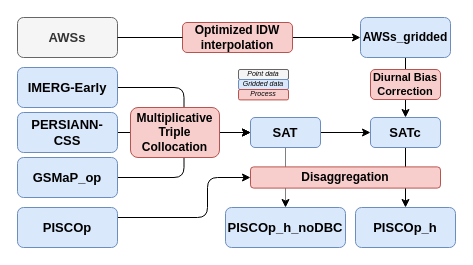
The draw.io diagram Untitled Diagram.drawio in adrHuerta/diagrams, before the edit. Source tidied: cells renumbered, new cells numbered last; positions are measured from the earlier drawing's top-left corner, leaving out a move shared by most shapes. Both pictures are drawn from the tidied source at 100%, with x=0, y=0 at pixel (17, 17).
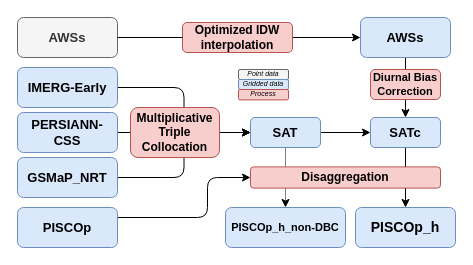
Above is the later version.

Diff of the diagram source:
```diff
@@
-    <mxCell id="9" value="&lt;span&gt;GSMaP_op&lt;/span&gt;" style="rounded=1;whiteSpace=wrap;html=1;fillColor=#dae8fc;strokeColor=#6c8ebf;fontStyle=1;fontSize=13;" parent="1" vertex="1">
+    <mxCell id="9" value="&lt;span&gt;GSMaP_NRT&lt;/span&gt;" style="rounded=1;whiteSpace=wrap;html=1;fillColor=#dae8fc;strokeColor=#6c8ebf;fontStyle=1;fontSize=13;" parent="1" vertex="1">
       <mxGeometry y="140" width="100" height="40" as="geometry" />
     </mxCell>
@@
-    <mxCell id="13" value="AWSs_gridded" style="rounded=1;whiteSpace=wrap;html=1;fillColor=#dae8fc;strokeColor=#6c8ebf;fontStyle=1;" parent="1" vertex="1">
+    <mxCell id="13" value="AWSs" style="rounded=1;whiteSpace=wrap;html=1;fillColor=#dae8fc;strokeColor=#6c8ebf;fontStyle=1;fontSize=13;" parent="1" vertex="1">
       <mxGeometry x="343" width="90" height="40" as="geometry" />
     </mxCell>
@@
-    <mxCell id="17" value="&lt;font style=&quot;font-size: 13px;&quot;&gt;PISCOp_h&lt;/font&gt;" style="rounded=1;whiteSpace=wrap;html=1;fillColor=#dae8fc;strokeColor=#6c8ebf;fontStyle=1;fontSize=13;" parent="1" vertex="1">
+    <mxCell id="17" value="&lt;font style=&quot;font-size: 14px;&quot;&gt;PISCOp_h&lt;/font&gt;" style="rounded=1;whiteSpace=wrap;html=1;fillColor=#dae8fc;strokeColor=#6c8ebf;fontStyle=1;fontSize=14;" parent="1" vertex="1">
       <mxGeometry x="338" y="190" width="100" height="40" as="geometry" />
     </mxCell>
@@
-    <mxCell id="24" value="PISCOp_h_noDBC" style="rounded=1;whiteSpace=wrap;html=1;fillColor=#dae8fc;strokeColor=#6c8ebf;fontStyle=1;fontSize=13;" parent="1" vertex="1">
+    <mxCell id="24" value="PISCOp_h_non-DBC" style="rounded=1;whiteSpace=wrap;html=1;fillColor=#dae8fc;strokeColor=#6c8ebf;fontStyle=1;fontSize=11;" parent="1" vertex="1">
       <mxGeometry x="208" y="190" width="120" height="40" as="geometry" />
     </mxCell>
```
